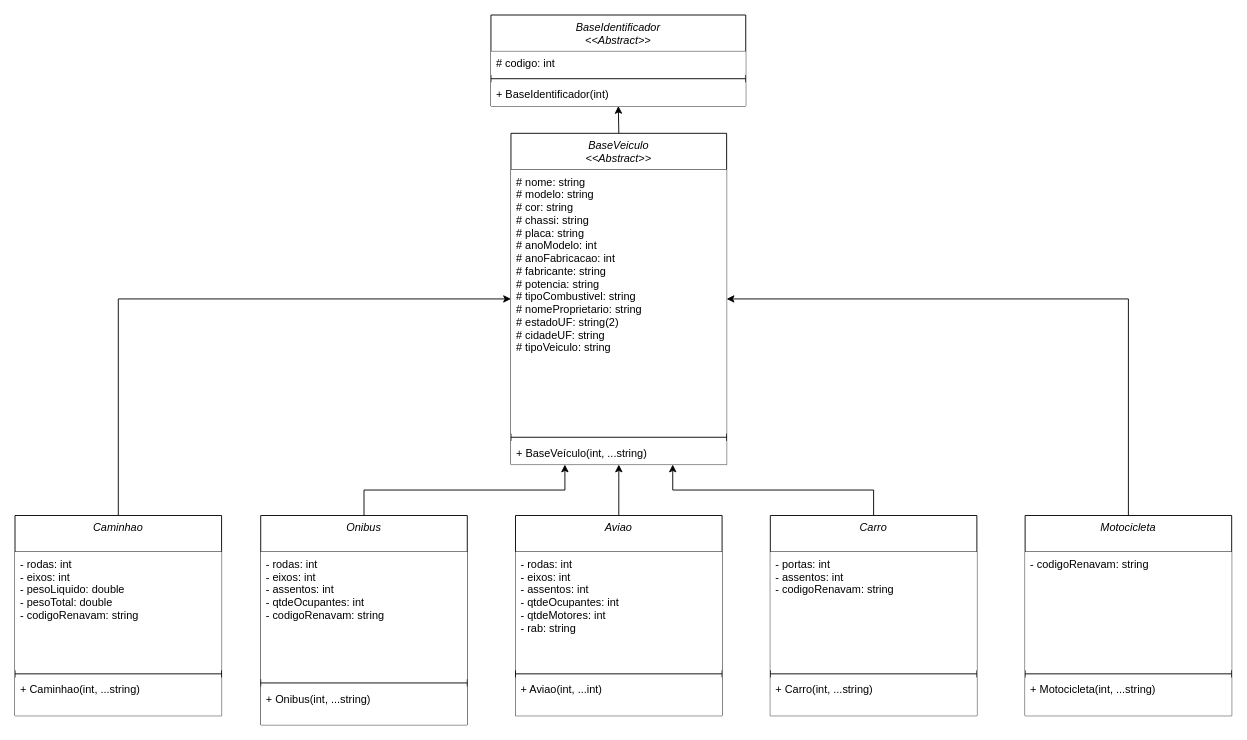
Before: ATIVIDADE05.drawio in LipeCoelho21/atividade-05, a draw.io diagram. Source tidied: cells renumbered, new cells numbered last; positions are measured from the earlier drawing's top-left corner, leaving out a move shared by most shapes. Both pictures are drawn from the tidied source at 91%, with x=0, y=0 at pixel (15, 15).
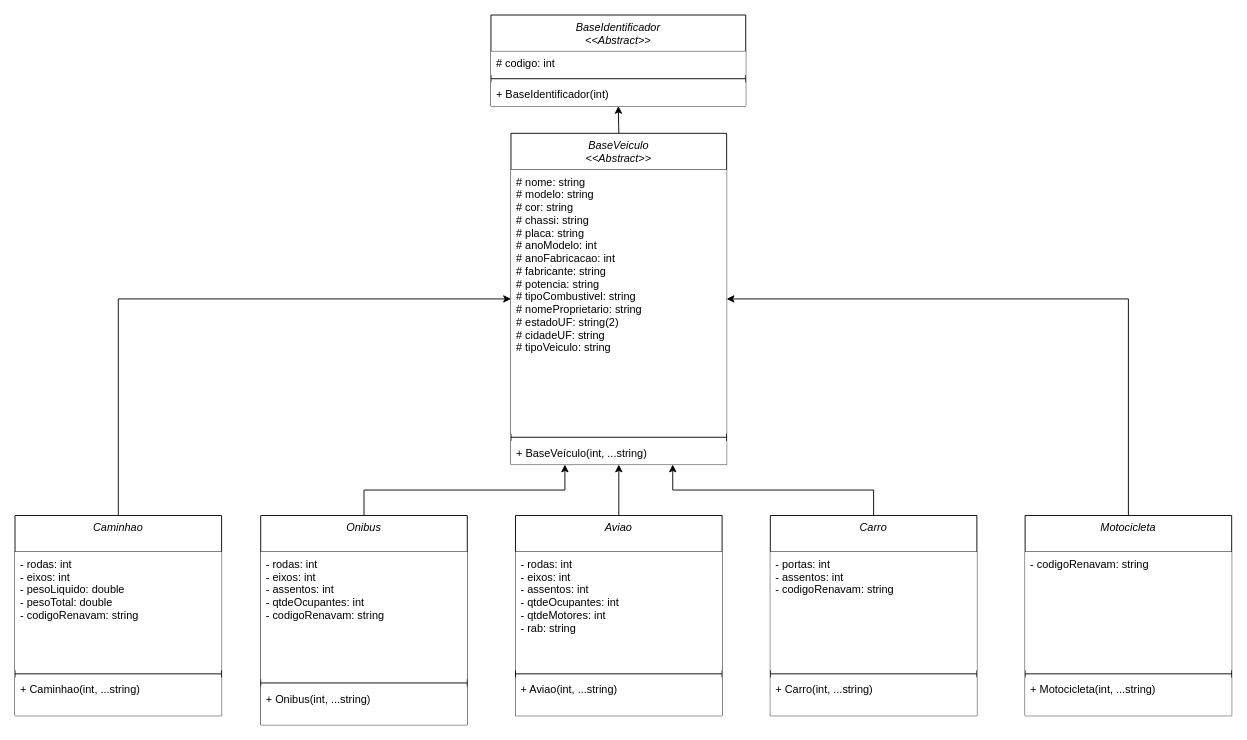
The same diagram, later.

Unchanged cells that the change refers to:
```xml
<mxCell id="32" value="Aviao&#10;" style="swimlane;fontStyle=2;align=center;verticalAlign=top;horizontal=1;startSize=40;rounded=0;shadow=0;strokeWidth=1;" parent="1" vertex="1">
  <mxGeometry x="550" y="550" width="227" height="220" as="geometry" />
</mxCell>
```

Diff of the diagram source:
```diff
@@
-    <mxCell id="35" value="+ Aviao(int, ...int)" style="text;align=left;verticalAlign=top;spacingLeft=4;spacingRight=4;overflow=hidden;fillColor=default;" parent="32" vertex="1">
+    <mxCell id="35" value="+ Aviao(int, ...string)" style="text;align=left;verticalAlign=top;spacingLeft=4;spacingRight=4;overflow=hidden;fillColor=default;" parent="32" vertex="1">
       <mxGeometry y="178" width="227" height="42" as="geometry" />
     </mxCell>
```
